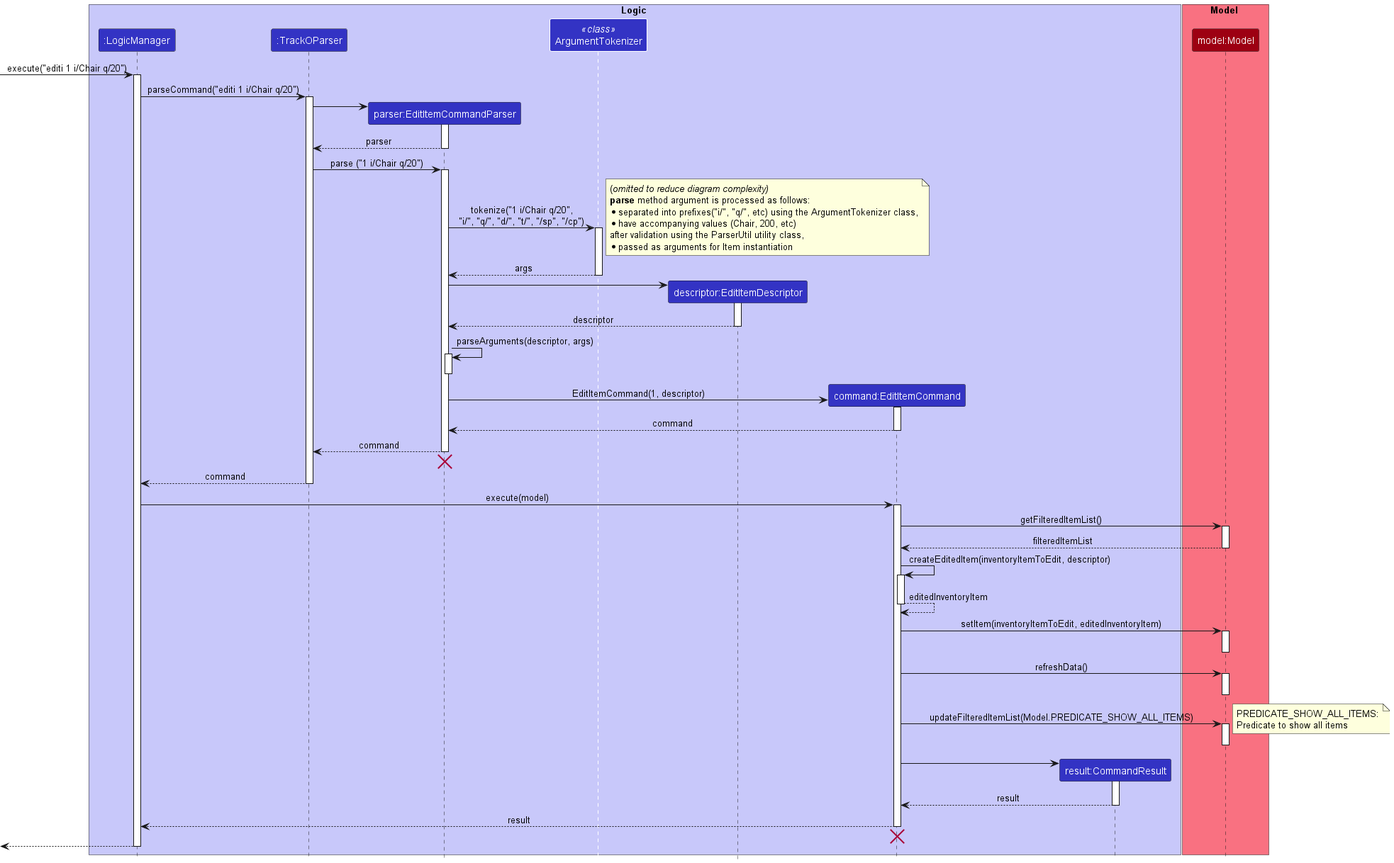
This is docs/images/developer-guide/EditItemSequenceDiagram.png from nus-cs2103-AY2223S1/tp, a PlantUML export, as it was before one commit.
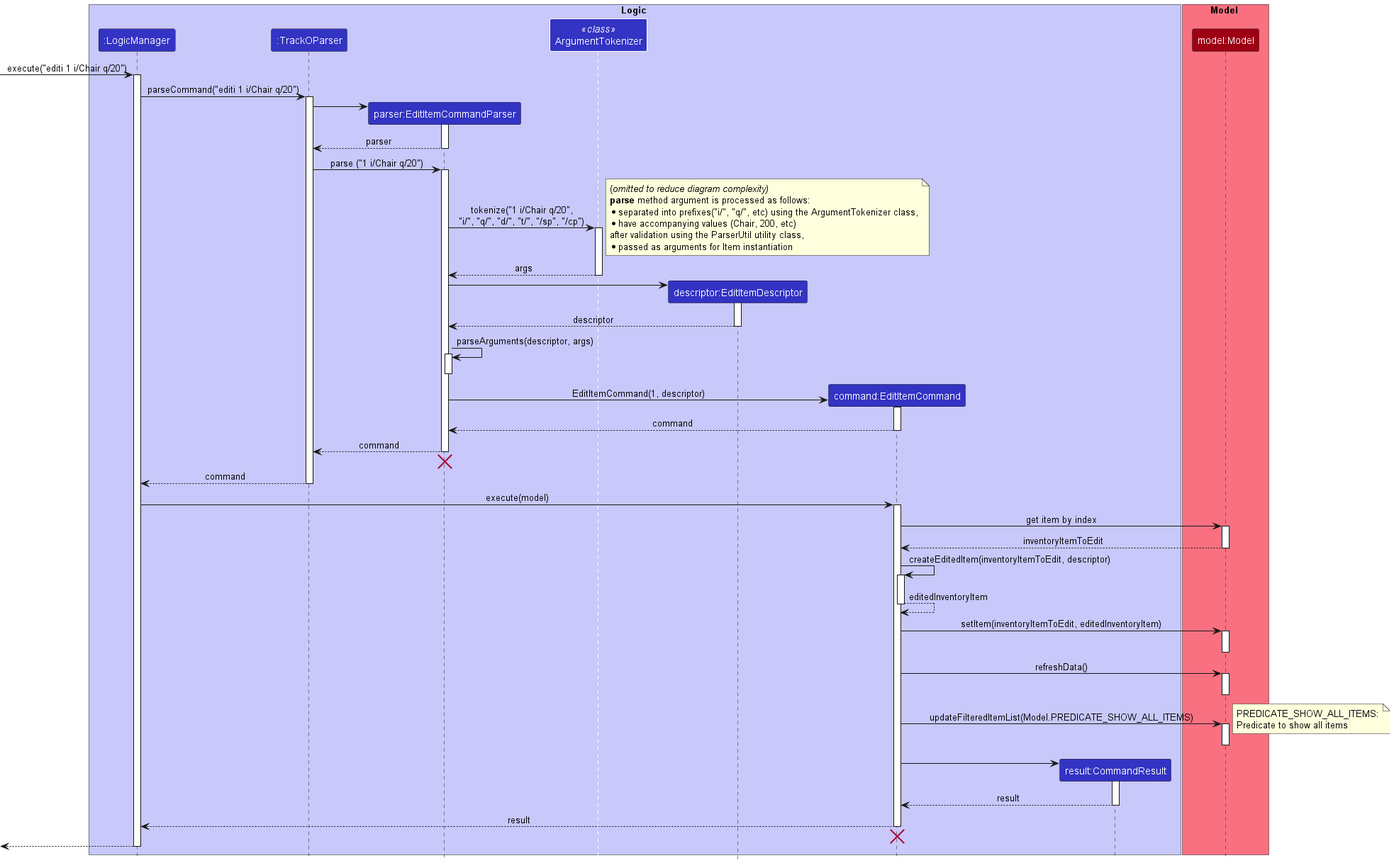
The same diagram one commit later.

Commit message:
Fix EditItem DeleteItem diagrams

What changed in the source:
```diff
@@ -69,10 +69,10 @@
 LogicManager -> EditItemCommand : execute(model)
 activate EditItemCommand
 
-EditItemCommand -> Model : getFilteredItemList()
+EditItemCommand -> Model : get item by index
 activate Model
 
-Model --> EditItemCommand : filteredItemList
+Model --> EditItemCommand : inventoryItemToEdit
 deactivate Model
 
 EditItemCommand -> EditItemCommand : createEditedItem(inventoryItemToEdit, descriptor)
```
